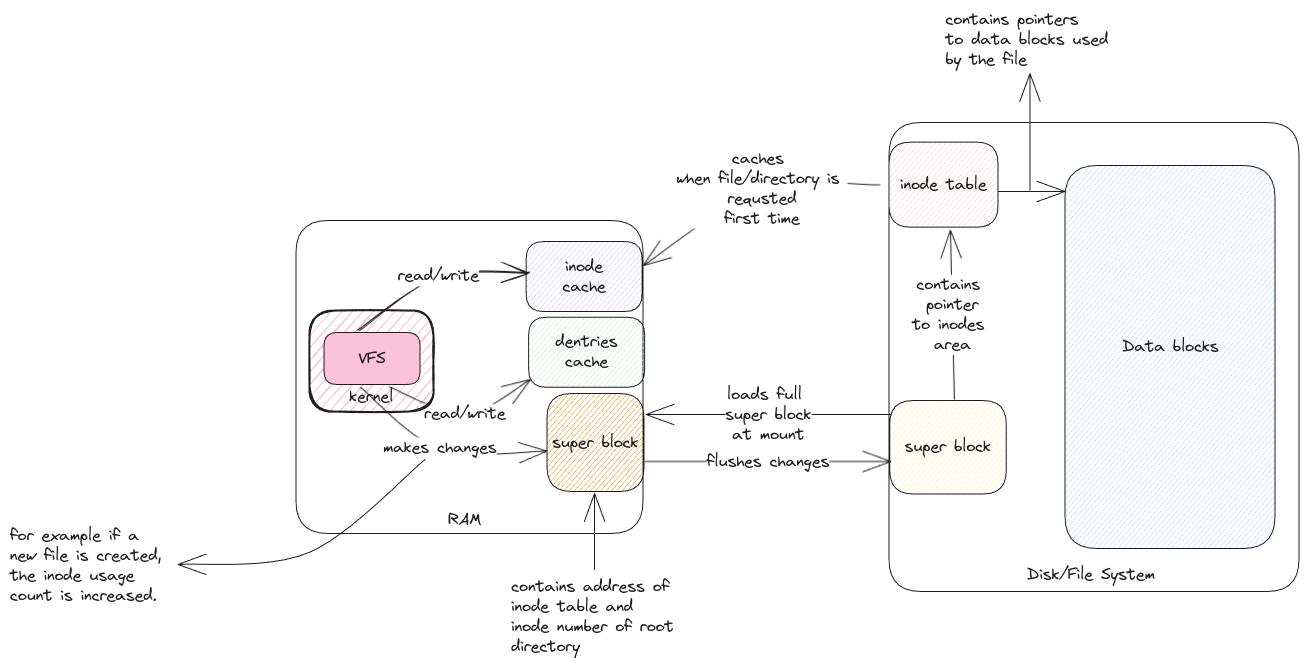
swaroopar/inprogress-engineer keeps this Excalidraw diagram as static/img/files-inode.excalidraw.png. Above is the earlier version. Source tidied: one line per element, renumbered; positions are measured from the earlier drawing's top-left corner, leaving out a move shared by most shapes.
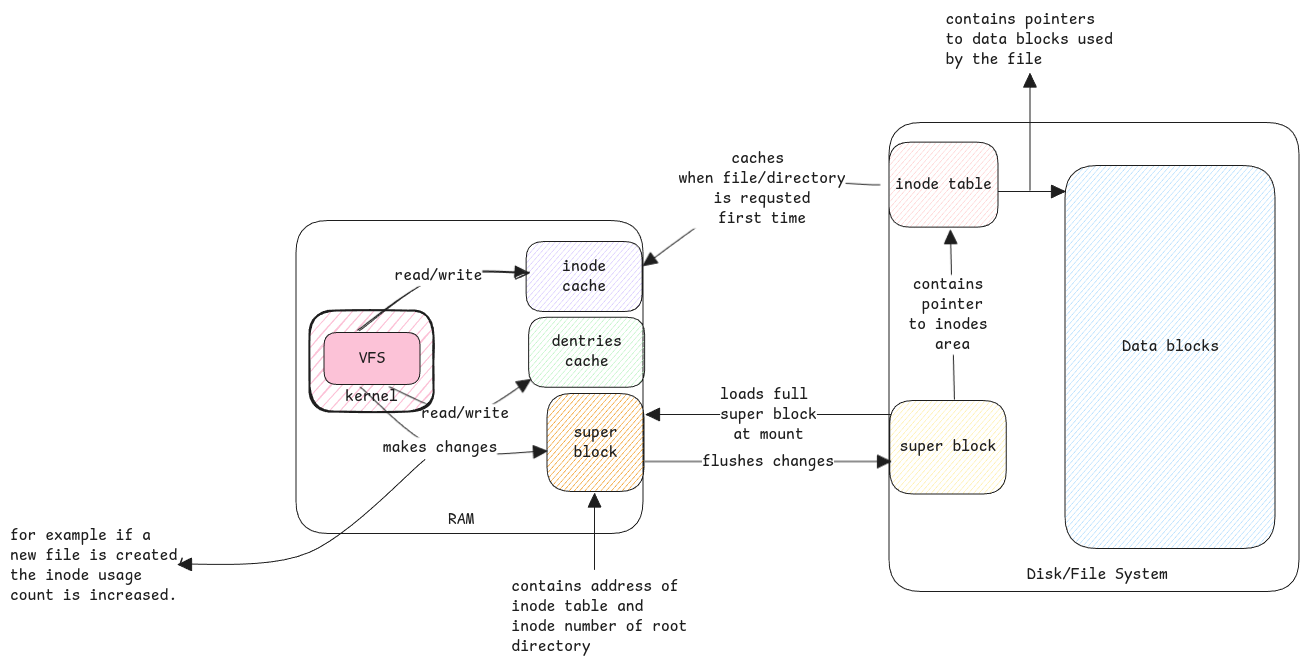
After the change.

Change to the diagram source:
```diff
@@ -1,41 +1,41 @@
 {"id": 0, "type": "rectangle", "strokeColor": "#1e1e1e", "backgroundColor": "#fcc2d7", "fillStyle": "hachure", "strokeWidth": 2, "roughness": 1, "round": true, "x": 300, "y": 301, "width": 124, "height": 101}
-{"id": 1, "type": "text", "text": "kernel", "strokeColor": "#1e1e1e", "backgroundColor": "#fcc2d7", "fillStyle": "hachure", "strokeWidth": 2, "roughness": 1, "fontSize": 16, "fontFamily": 1, "textAlign": "center", "verticalAlign": "bottom", "inside": 0, "x": 340, "y": 377, "width": 44, "height": 20}
+{"id": 1, "type": "text", "text": "kernel", "strokeColor": "#1e1e1e", "backgroundColor": "#fcc2d7", "fillStyle": "hachure", "strokeWidth": 2, "roughness": 1, "fontSize": 16, "fontFamily": 8, "textAlign": "center", "verticalAlign": "bottom", "inside": 0, "x": 335, "y": 377, "width": 53, "height": 20}
 {"id": 2, "type": "rectangle", "strokeColor": "#1e1e1e", "strokeWidth": 1, "roughness": 0, "round": true, "x": 879, "y": 112, "width": 410, "height": 469}
 {"id": 3, "type": "rectangle", "strokeColor": "#1e1e1e", "backgroundColor": "#ffec99", "fillStyle": "hachure", "strokeWidth": 1, "roughness": 0, "round": true, "x": 880, "y": 391, "width": 117, "height": 93}
-{"id": 4, "type": "text", "text": "super block", "strokeColor": "#1e1e1e", "strokeWidth": 1, "roughness": 0, "fontSize": 16, "fontFamily": 1, "textAlign": "center", "verticalAlign": "middle", "inside": 3, "x": 895, "y": 427, "width": 86, "height": 20}
+{"id": 4, "type": "text", "text": "super block", "strokeColor": "#1e1e1e", "strokeWidth": 1, "roughness": 0, "fontSize": 16, "fontFamily": 8, "textAlign": "center", "verticalAlign": "middle", "inside": 3, "x": 890, "y": 427, "width": 97, "height": 20}
-{"id": 5, "type": "text", "text": "Disk/File System", "strokeColor": "#1e1e1e", "strokeWidth": 1, "roughness": 0, "fontSize": 16, "fontFamily": 1, "x": 1017, "y": 555, "width": 128, "height": 20}
+{"id": 5, "type": "text", "text": "Disk/File System", "strokeColor": "#1e1e1e", "strokeWidth": 1, "roughness": 0, "fontSize": 16, "fontFamily": 8, "x": 1017, "y": 555, "width": 141, "height": 20}
 {"id": 6, "type": "rectangle", "strokeColor": "#1e1e1e", "backgroundColor": "#ffc9c9", "fillStyle": "hachure", "strokeWidth": 1, "roughness": 0, "round": true, "x": 879, "y": 132, "width": 109, "height": 85}
-{"id": 7, "type": "text", "text": "inode table", "strokeColor": "#1e1e1e", "strokeWidth": 1, "roughness": 0, "fontSize": 16, "fontFamily": 1, "textAlign": "center", "verticalAlign": "middle", "inside": 6, "x": 890, "y": 165, "width": 86, "height": 20}
+{"id": 7, "type": "text", "text": "inode table", "strokeColor": "#1e1e1e", "strokeWidth": 1, "roughness": 0, "fontSize": 16, "fontFamily": 8, "textAlign": "center", "verticalAlign": "middle", "inside": 6, "x": 885, "y": 165, "width": 97, "height": 20}
 {"id": 8, "type": "rectangle", "strokeColor": "#1e1e1e", "strokeWidth": 1, "roughness": 0, "round": true, "x": 286, "y": 210, "width": 347, "height": 313}
-{"id": 9, "type": "text", "text": "RAM", "strokeColor": "#1e1e1e", "strokeWidth": 1, "roughness": 0, "fontSize": 16, "fontFamily": 1, "x": 438, "y": 500, "width": 34, "height": 20}
+{"id": 9, "type": "text", "text": "RAM", "strokeColor": "#1e1e1e", "strokeWidth": 1, "roughness": 0, "fontSize": 16, "fontFamily": 8, "x": 438, "y": 500, "width": 26, "height": 20}
-{"id": 10, "type": "arrow", "strokeColor": "#1e1e1e", "strokeWidth": 1, "roughness": 0, "endArrowhead": "arrow", "round": true, "to": 12, "x": 881, "y": 404, "width": 245, "height": 0, "points": [[0, 0], [-245, 0]]}
+{"id": 10, "type": "arrow", "strokeColor": "#1e1e1e", "strokeWidth": 1, "roughness": 0, "endArrowhead": "triangle", "round": true, "to": 12, "x": 881, "y": 404, "width": 245, "height": 0, "points": [[0, 0], [-245, 0]]}
-{"id": 11, "type": "text", "text": "loads full \nsuper block\nat mount", "strokeColor": "#1e1e1e", "strokeWidth": 1, "roughness": 0, "fontSize": 16, "fontFamily": 1, "textAlign": "center", "verticalAlign": "middle", "inside": 10, "x": 715, "y": 374, "width": 86, "height": 60}
+{"id": 11, "type": "text", "text": "loads full \nsuper block\nat mount", "strokeColor": "#1e1e1e", "strokeWidth": 1, "roughness": 0, "fontSize": 16, "fontFamily": 8, "textAlign": "center", "verticalAlign": "middle", "inside": 10, "x": 710, "y": 374, "width": 97, "height": 60}
 {"id": 12, "type": "rectangle", "strokeColor": "#1e1e1e", "backgroundColor": "#f08c00", "fillStyle": "hachure", "strokeWidth": 1, "roughness": 0, "round": true, "x": 537, "y": 384, "width": 97, "height": 98}
-{"id": 13, "type": "text", "text": "super block", "strokeColor": "#1e1e1e", "strokeWidth": 1, "roughness": 0, "fontSize": 16, "fontFamily": 1, "textAlign": "center", "verticalAlign": "middle", "inside": 12, "x": 542, "y": 422, "width": 86, "height": 20}
+{"id": 13, "type": "text", "text": "super\nblock", "strokeColor": "#1e1e1e", "strokeWidth": 1, "roughness": 0, "fontSize": 16, "fontFamily": 8, "textAlign": "center", "verticalAlign": "middle", "inside": 12, "x": 563, "y": 412, "width": 44, "height": 40}
 {"id": 14, "type": "rectangle", "strokeColor": "#1e1e1e", "backgroundColor": "#a5d8ff", "fillStyle": "hachure", "strokeWidth": 1, "roughness": 0, "round": true, "x": 1055, "y": 156, "width": 210, "height": 383}
-{"id": 15, "type": "arrow", "strokeColor": "#1e1e1e", "strokeWidth": 1, "roughness": 0, "endArrowhead": "arrow", "round": true, "from": 6, "to": 14, "x": 988, "y": 182, "width": 67, "height": 0, "points": [[0, 0], [67, 0]]}
+{"id": 15, "type": "arrow", "strokeColor": "#1e1e1e", "strokeWidth": 1, "roughness": 0, "endArrowhead": "triangle", "round": true, "from": 6, "to": 14, "x": 988, "y": 182, "width": 67, "height": 0, "points": [[0, 0], [67, 0]]}
-{"id": 16, "type": "text", "text": "contains pointers \nto data blocks used \nby the file", "strokeColor": "#1e1e1e", "strokeWidth": 1, "roughness": 0, "fontSize": 16, "fontFamily": 1, "x": 936, "y": 0, "width": 171, "height": 60}
+{"id": 16, "type": "text", "text": "contains pointers \nto data blocks used \nby the file", "strokeColor": "#1e1e1e", "strokeWidth": 1, "roughness": 0, "fontSize": 16, "fontFamily": 8, "x": 936, "y": 0, "width": 176, "height": 60}
-{"id": 17, "type": "arrow", "strokeColor": "#1e1e1e", "strokeWidth": 1, "roughness": 0, "endArrowhead": "arrow", "round": true, "x": 1020, "y": 180, "width": 0, "height": 117, "points": [[0, 0], [0, -117]]}
+{"id": 17, "type": "arrow", "strokeColor": "#1e1e1e", "strokeWidth": 1, "roughness": 0, "endArrowhead": "triangle", "round": true, "x": 1020, "y": 180, "width": 0, "height": 117, "points": [[0, 0], [0, -117]]}
-{"id": 18, "type": "arrow", "strokeColor": "#1e1e1e", "strokeWidth": 1, "roughness": 0, "endArrowhead": "arrow", "round": true, "from": 6, "to": 22, "x": 870, "y": 174, "width": 237, "height": 81, "points": [[0, 0], [-118, 5], [-237, 81]]}
+{"id": 18, "type": "arrow", "strokeColor": "#1e1e1e", "strokeWidth": 1, "roughness": 0, "endArrowhead": "triangle", "round": true, "from": 6, "to": 22, "x": 870, "y": 174, "width": 237, "height": 81, "points": [[0, 0], [-118, 5], [-237, 81]]}
-{"id": 19, "type": "text", "text": "caches \nwhen file/directory is \nrequsted\nfirst time", "strokeColor": "#1e1e1e", "strokeWidth": 1, "roughness": 0, "fontSize": 16, "fontFamily": 1, "textAlign": "center", "verticalAlign": "middle", "inside": 18, "x": 667, "y": 138, "width": 171, "height": 80}
+{"id": 19, "type": "text", "text": "caches \nwhen file/directory\nis requsted\nfirst time", "strokeColor": "#1e1e1e", "strokeWidth": 1, "roughness": 0, "fontSize": 16, "fontFamily": 8, "textAlign": "center", "verticalAlign": "middle", "inside": 18, "x": 668, "y": 138, "width": 167, "height": 80}
-{"id": 20, "type": "arrow", "strokeColor": "#1e1e1e", "strokeWidth": 1, "roughness": 0, "endArrowhead": "arrow", "round": true, "from": 3, "to": 6, "x": 944, "y": 390, "width": 4, "height": 169, "points": [[0, 0], [-4, -169]]}
+{"id": 20, "type": "arrow", "strokeColor": "#1e1e1e", "strokeWidth": 1, "roughness": 0, "endArrowhead": "triangle", "round": true, "from": 3, "to": 6, "x": 944, "y": 390, "width": 4, "height": 169, "points": [[0, 0], [-4, -169]]}
-{"id": 21, "type": "text", "text": "contains \npointer\nto inodes \narea", "strokeColor": "#1e1e1e", "strokeWidth": 1, "roughness": 0, "fontSize": 16, "fontFamily": 1, "textAlign": "center", "verticalAlign": "middle", "inside": 20, "x": 902, "y": 265, "width": 80, "height": 80}
+{"id": 21, "type": "text", "text": "contains \npointer\nto inodes \narea", "strokeColor": "#1e1e1e", "strokeWidth": 1, "roughness": 0, "fontSize": 16, "fontFamily": 8, "textAlign": "center", "verticalAlign": "middle", "inside": 20, "x": 898, "y": 265, "width": 88, "height": 80}
 {"id": 22, "type": "rectangle", "strokeColor": "#1e1e1e", "backgroundColor": "#d0bfff", "fillStyle": "hachure", "strokeWidth": 1, "roughness": 0, "round": true, "x": 516, "y": 232, "width": 116, "height": 70}
-{"id": 23, "type": "text", "text": "inode\ncache", "strokeColor": "#1e1e1e", "strokeWidth": 1, "roughness": 0, "fontSize": 16, "fontFamily": 1, "textAlign": "center", "verticalAlign": "middle", "inside": 22, "x": 552, "y": 247, "width": 43, "height": 40}
+{"id": 23, "type": "text", "text": "inode\ncache", "strokeColor": "#1e1e1e", "strokeWidth": 1, "roughness": 0, "fontSize": 16, "fontFamily": 8, "textAlign": "center", "verticalAlign": "middle", "inside": 22, "x": 552, "y": 247, "width": 44, "height": 40}
 {"id": 24, "type": "rectangle", "strokeColor": "#1e1e1e", "backgroundColor": "#fcc2d7", "fillStyle": "solid", "strokeWidth": 1, "roughness": 0, "round": true, "x": 314, "y": 322, "width": 96, "height": 52}
-{"id": 25, "type": "text", "text": "VFS", "strokeColor": "#1e1e1e", "strokeWidth": 1, "roughness": 0, "fontSize": 16, "fontFamily": 1, "textAlign": "center", "verticalAlign": "middle", "inside": 24, "x": 348, "y": 338, "width": 27, "height": 20}
+{"id": 25, "type": "text", "text": "VFS", "strokeColor": "#1e1e1e", "strokeWidth": 1, "roughness": 0, "fontSize": 16, "fontFamily": 8, "textAlign": "center", "verticalAlign": "middle", "inside": 24, "x": 349, "y": 338, "width": 26, "height": 20}
-{"id": 26, "type": "arrow", "strokeColor": "#1e1e1e", "strokeWidth": 1, "roughness": 0, "endArrowhead": "arrow", "round": true, "from": 24, "to": 12, "x": 350, "y": 376, "width": 187, "height": 64, "points": [[0, 0], [80, 62], [187, 64]]}
+{"id": 26, "type": "arrow", "strokeColor": "#1e1e1e", "strokeWidth": 1, "roughness": 0, "endArrowhead": "triangle", "round": true, "from": 24, "to": 12, "x": 350, "y": 376, "width": 187, "height": 64, "points": [[0, 0], [80, 62], [187, 64]]}
-{"id": 27, "type": "text", "text": "makes changes", "strokeColor": "#1e1e1e", "strokeWidth": 1, "roughness": 0, "fontSize": 16, "fontFamily": 1, "textAlign": "center", "verticalAlign": "middle", "inside": 26, "x": 373, "y": 428, "width": 114, "height": 20}
+{"id": 27, "type": "text", "text": "makes changes", "strokeColor": "#1e1e1e", "strokeWidth": 1, "roughness": 0, "fontSize": 16, "fontFamily": 8, "textAlign": "center", "verticalAlign": "middle", "inside": 26, "x": 373, "y": 428, "width": 114, "height": 20}
-{"id": 28, "type": "arrow", "strokeColor": "#1e1e1e", "strokeWidth": 1, "roughness": 0, "endArrowhead": "arrow", "round": true, "to": 29, "x": 415, "y": 450, "width": 247, "height": 105, "points": [[0, 0], [-116, 93], [-247, 105]]}
+{"id": 28, "type": "arrow", "strokeColor": "#1e1e1e", "strokeWidth": 1, "roughness": 0, "endArrowhead": "triangle", "round": true, "to": 29, "x": 415, "y": 450, "width": 247, "height": 105, "points": [[0, 0], [-116, 93], [-247, 105]]}
-{"id": 29, "type": "text", "text": "for example if a \nnew file is created, \nthe inode usage \ncount is increased.", "strokeColor": "#1e1e1e", "strokeWidth": 1, "roughness": 0, "fontSize": 16, "fontFamily": 1, "x": 0, "y": 516, "width": 160, "height": 80}
+{"id": 29, "type": "text", "text": "for example if a \nnew file is created, \nthe inode usage \ncount is increased.", "strokeColor": "#1e1e1e", "strokeWidth": 1, "roughness": 0, "fontSize": 16, "fontFamily": 8, "x": 0, "y": 516, "width": 185, "height": 80}
-{"id": 30, "type": "arrow", "strokeColor": "#1e1e1e", "strokeWidth": 1, "roughness": 0, "endArrowhead": "arrow", "round": true, "from": 12, "x": 635, "y": 452, "width": 246, "height": 0, "points": [[0, 0], [246, 0]]}
+{"id": 30, "type": "arrow", "strokeColor": "#1e1e1e", "strokeWidth": 1, "roughness": 0, "endArrowhead": "triangle", "round": true, "from": 12, "x": 635, "y": 452, "width": 246, "height": 0, "points": [[0, 0], [246, 0]]}
-{"id": 31, "type": "text", "text": "flushes changes", "strokeColor": "#1e1e1e", "strokeWidth": 1, "roughness": 0, "fontSize": 16, "fontFamily": 1, "textAlign": "center", "verticalAlign": "middle", "inside": 30, "x": 697, "y": 442, "width": 123, "height": 20}
+{"id": 31, "type": "text", "text": "flushes changes", "strokeColor": "#1e1e1e", "strokeWidth": 1, "roughness": 0, "fontSize": 16, "fontFamily": 8, "textAlign": "center", "verticalAlign": "middle", "inside": 30, "x": 692, "y": 442, "width": 132, "height": 20}
-{"id": 32, "type": "text", "text": "Data blocks", "strokeColor": "#1e1e1e", "strokeWidth": 2, "roughness": 1, "fontSize": 16, "fontFamily": 1, "textAlign": "center", "x": 1112, "y": 326, "width": 97, "height": 20}
+{"id": 32, "type": "text", "text": "Data blocks", "strokeColor": "#1e1e1e", "strokeWidth": 2, "roughness": 1, "fontSize": 16, "fontFamily": 8, "textAlign": "center", "x": 1112, "y": 326, "width": 97, "height": 20}
 {"id": 33, "type": "rectangle", "strokeColor": "#1e1e1e", "backgroundColor": "#b2f2bb", "fillStyle": "hachure", "strokeWidth": 1, "roughness": 0, "round": true, "x": 519, "y": 307, "width": 116, "height": 70}
-{"id": 34, "type": "text", "text": "dentries\ncache", "strokeColor": "#1e1e1e", "strokeWidth": 1, "roughness": 0, "fontSize": 16, "fontFamily": 1, "textAlign": "center", "verticalAlign": "middle", "inside": 33, "x": 546, "y": 322, "width": 62, "height": 40}
+{"id": 34, "type": "text", "text": "dentries\ncache", "strokeColor": "#1e1e1e", "strokeWidth": 1, "roughness": 0, "fontSize": 16, "fontFamily": 8, "textAlign": "center", "verticalAlign": "middle", "inside": 33, "x": 541, "y": 322, "width": 70, "height": 40}
-{"id": 35, "type": "arrow", "strokeColor": "#1e1e1e", "strokeWidth": 1, "roughness": 1, "endArrowhead": "arrow", "round": true, "from": 24, "x": 348, "y": 319, "width": 169, "height": 57, "points": [[0, 0], [80, -52], [169, -57]]}
+{"id": 35, "type": "arrow", "strokeColor": "#1e1e1e", "strokeWidth": 1, "roughness": 1, "endArrowhead": "triangle", "round": true, "from": 24, "x": 348, "y": 319, "width": 169, "height": 57, "points": [[0, 0], [80, -52], [169, -57]]}
-{"id": 36, "type": "text", "text": "read/write", "strokeColor": "#1e1e1e", "strokeWidth": 2, "roughness": 1, "fontSize": 16, "fontFamily": 1, "textAlign": "center", "verticalAlign": "middle", "inside": 35, "x": 388, "y": 256, "width": 81, "height": 20}
+{"id": 36, "type": "text", "text": "read/write", "strokeColor": "#1e1e1e", "strokeWidth": 2, "roughness": 1, "fontSize": 16, "fontFamily": 8, "textAlign": "center", "verticalAlign": "middle", "inside": 35, "x": 384, "y": 256, "width": 88, "height": 20}
-{"id": 37, "type": "arrow", "strokeColor": "#1e1e1e", "strokeWidth": 1, "roughness": 0, "endArrowhead": "arrow", "round": true, "from": 24, "to": 12, "x": 379, "y": 377, "width": 141, "height": 34, "points": [[0, 0], [76, 27], [141, -7]]}
+{"id": 37, "type": "arrow", "strokeColor": "#1e1e1e", "strokeWidth": 1, "roughness": 0, "endArrowhead": "triangle", "round": true, "from": 24, "to": 12, "x": 379, "y": 377, "width": 141, "height": 34, "points": [[0, 0], [76, 27], [141, -7]]}
-{"id": 38, "type": "text", "text": "read/write", "strokeColor": "#1e1e1e", "strokeWidth": 1, "roughness": 0, "fontSize": 16, "fontFamily": 1, "textAlign": "center", "verticalAlign": "middle", "inside": 37, "x": 414, "y": 394, "width": 81, "height": 20}
+{"id": 38, "type": "text", "text": "read/write", "strokeColor": "#1e1e1e", "strokeWidth": 1, "roughness": 0, "fontSize": 16, "fontFamily": 8, "textAlign": "center", "verticalAlign": "middle", "inside": 37, "x": 411, "y": 394, "width": 88, "height": 20}
-{"id": 39, "type": "arrow", "strokeColor": "#1e1e1e", "strokeWidth": 1, "roughness": 0, "endArrowhead": "arrow", "round": true, "from": 40, "x": 585, "y": 560, "width": 0, "height": 76, "points": [[0, 0], [0, -76]]}
+{"id": 39, "type": "arrow", "strokeColor": "#1e1e1e", "strokeWidth": 1, "roughness": 0, "endArrowhead": "triangle", "round": true, "from": 40, "x": 585, "y": 560, "width": 0, "height": 76, "points": [[0, 0], [0, -76]]}
-{"id": 40, "type": "text", "text": "contains address of \ninode table and \ninode number of root \ndirectory", "strokeColor": "#1e1e1e", "strokeWidth": 1, "roughness": 0, "fontSize": 16, "fontFamily": 1, "x": 501, "y": 567, "width": 170, "height": 80}
+{"id": 40, "type": "text", "text": "contains address of \ninode table and \ninode number of root \ndirectory", "strokeColor": "#1e1e1e", "strokeWidth": 1, "roughness": 0, "fontSize": 16, "fontFamily": 8, "x": 501, "y": 567, "width": 185, "height": 80}
```
